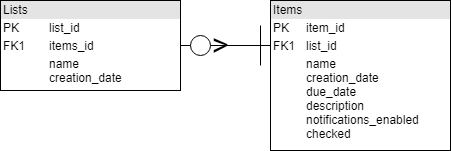
Above: SOFT161 Honors DB Diagram.png in Bracciata/SOFT161HonorsProject (draw.io), before the change. Source tidied: cells renumbered, new cells last; positions are measured from the earlier drawing's top-left corner, leaving out a move shared by most shapes.
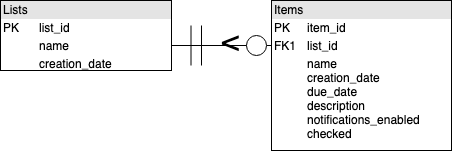
After the change.

Diff of the diagram source:
```diff
@@ -2,8 +2,8 @@
   <root>
     <mxCell id="0" />
     <mxCell id="1" parent="0" />
-    <mxCell id="2" value="&lt;div style=&quot;box-sizing: border-box ; width: 100% ; background: #e4e4e4 ; padding: 2px&quot;&gt;Lists&lt;/div&gt;&lt;table style=&quot;width: 100% ; font-size: 1em&quot; cellpadding=&quot;2&quot; cellspacing=&quot;0&quot;&gt;&lt;tbody&gt;&lt;tr&gt;&lt;td&gt;PK&lt;/td&gt;&lt;td&gt;list_id&lt;/td&gt;&lt;/tr&gt;&lt;tr&gt;&lt;td&gt;FK1&lt;/td&gt;&lt;td&gt;items_id&lt;/td&gt;&lt;/tr&gt;&lt;tr&gt;&lt;td&gt;&lt;/td&gt;&lt;td&gt;name&lt;br&gt;creation_date&lt;br&gt;&lt;br&gt;&lt;/td&gt;&lt;/tr&gt;&lt;/tbody&gt;&lt;/table&gt;" style="verticalAlign=top;align=left;overflow=fill;html=1;" parent="1" vertex="1">
-      <mxGeometry width="180" height="90" as="geometry" />
+    <mxCell id="2" value="&lt;div style=&quot;box-sizing: border-box ; width: 100% ; background: #e4e4e4 ; padding: 2px&quot;&gt;Lists&lt;/div&gt;&lt;table style=&quot;width: 100% ; font-size: 1em&quot; cellpadding=&quot;2&quot; cellspacing=&quot;0&quot;&gt;&lt;tbody&gt;&lt;tr&gt;&lt;td&gt;PK&lt;/td&gt;&lt;td&gt;list_id&lt;/td&gt;&lt;/tr&gt;&lt;tr&gt;&lt;td&gt;&lt;br&gt;&lt;/td&gt;&lt;td&gt;name&lt;/td&gt;&lt;/tr&gt;&lt;tr&gt;&lt;td&gt;&lt;/td&gt;&lt;td&gt;creation_date&lt;br&gt;&lt;br&gt;&lt;/td&gt;&lt;/tr&gt;&lt;/tbody&gt;&lt;/table&gt;" style="verticalAlign=top;align=left;overflow=fill;html=1;" parent="1" vertex="1">
+      <mxGeometry x="-1" width="171" height="70" as="geometry" />
     </mxCell>
     <mxCell id="3" value="&lt;div style=&quot;box-sizing: border-box ; width: 100% ; background: #e4e4e4 ; padding: 2px&quot;&gt;Items&lt;/div&gt;&lt;table style=&quot;width: 100% ; font-size: 1em&quot; cellpadding=&quot;2&quot; cellspacing=&quot;0&quot;&gt;&lt;tbody&gt;&lt;tr&gt;&lt;td&gt;PK&lt;/td&gt;&lt;td&gt;item_id&lt;/td&gt;&lt;/tr&gt;&lt;tr&gt;&lt;td&gt;FK1&lt;/td&gt;&lt;td&gt;list_id&lt;/td&gt;&lt;/tr&gt;&lt;tr&gt;&lt;td&gt;&lt;/td&gt;&lt;td&gt;name&lt;br&gt;creation_date&lt;br&gt;due_date&lt;br&gt;description&lt;br&gt;notifications_enabled&lt;br&gt;checked&lt;br&gt;&lt;br&gt;&lt;br&gt;&lt;/td&gt;&lt;/tr&gt;&lt;/tbody&gt;&lt;/table&gt;" style="verticalAlign=top;align=left;overflow=fill;html=1;" parent="1" vertex="1">
       <mxGeometry x="270" width="180" height="150" as="geometry" />
@@ -14,19 +14,25 @@
       </mxGeometry>
     </mxCell>
     <mxCell id="5" style="ellipse;whiteSpace=wrap;html=1;" parent="1" vertex="1">
-      <mxGeometry x="190" y="35" width="20" height="20" as="geometry" />
+      <mxGeometry x="245" y="35" width="20" height="20" as="geometry" />
     </mxCell>
-    <mxCell id="6" style="endArrow=none;html=1;exitX=1;exitY=0.5;exitDx=0;exitDy=0;" parent="1" edge="1" source="2" target="5">
+    <mxCell id="6" style="endArrow=none;html=1;exitX=1;exitY=0.643;exitDx=0;exitDy=0;exitPerimeter=0;" parent="1" edge="1" source="2" target="5">
       <mxGeometry relative="1" as="geometry" />
     </mxCell>
-    <mxCell id="7" value="&lt;font style=&quot;font-size: 29px&quot;&gt;&amp;gt;&lt;/font&gt;" style="text;html=1;align=left;verticalAlign=top;spacingTop=-4;" parent="1" vertex="1">
-      <mxGeometry x="210" y="25" width="30" height="20" as="geometry" />
+    <mxCell id="7" value="&lt;font style=&quot;font-size: 29px&quot;&gt;&amp;gt;&lt;/font&gt;" style="text;html=1;align=left;verticalAlign=top;spacingTop=-4;direction=west;rotation=-180;" parent="1" vertex="1">
+      <mxGeometry x="210" y="45" width="30" height="20" as="geometry" />
     </mxCell>
     <mxCell id="8" style="endArrow=none;html=1;" parent="1" edge="1">
       <mxGeometry relative="1" as="geometry">
-        <mxPoint x="260" y="65" as="sourcePoint" />
-        <mxPoint x="260" y="25" as="targetPoint" />
+        <mxPoint x="189.5" y="65" as="sourcePoint" />
+        <mxPoint x="189.5" y="25" as="targetPoint" />
       </mxGeometry>
     </mxCell>
+    <mxCell id="9" style="endArrow=none;html=1;" parent="1" edge="1">
+      <mxGeometry relative="1" as="geometry">
+        <mxPoint x="200" y="65" as="sourcePoint" />
+        <mxPoint x="200" y="25" as="targetPoint" />
+      </mxGeometry>
+    </mxCell>
   </root>
 </mxGraphModel>
```
